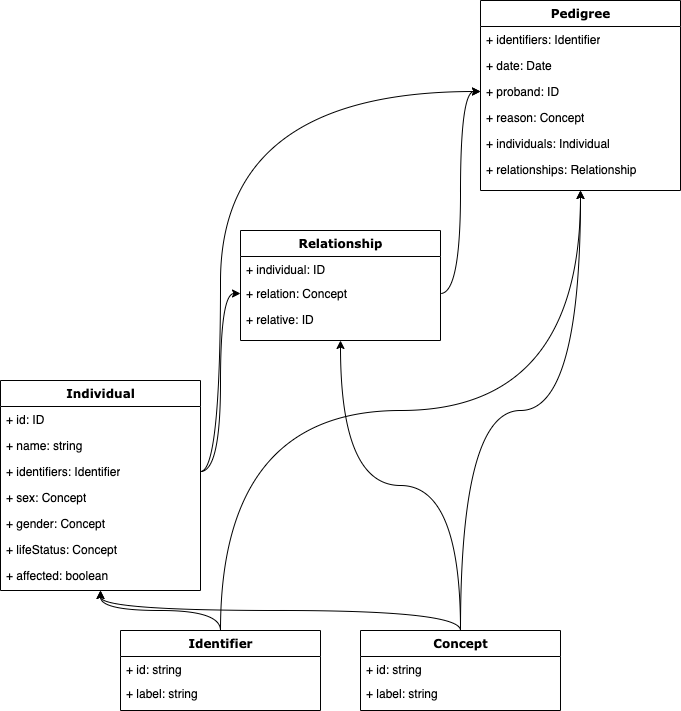
Earlier version of the draw.io export docs/source/images/classes.png (ga4gh/pedigree). Source tidied: cells renumbered, new cells last; positions are measured from the earlier drawing's top-left corner, leaving out a move shared by most shapes.
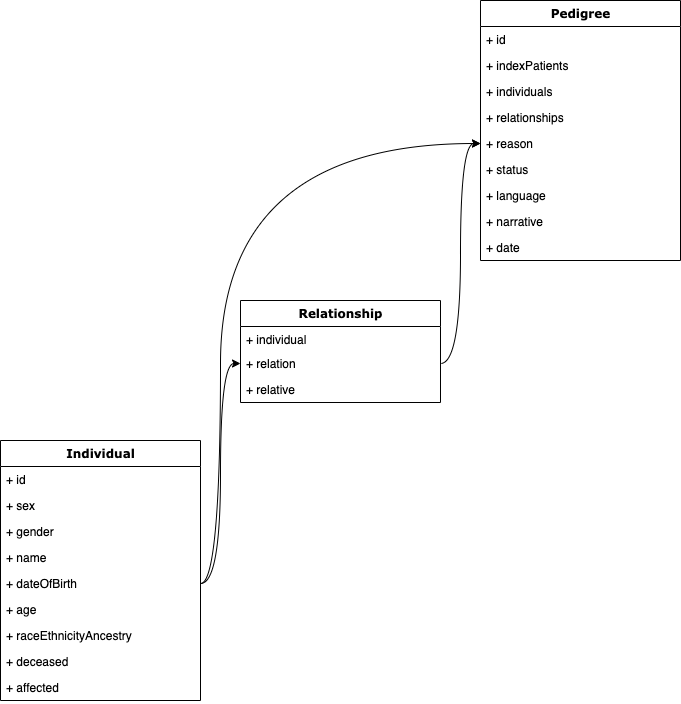
After the commit.

Commit message:
:memo: update classes section

The edit, as a diff of the source:
```diff
@@ -3,112 +3,90 @@
     <mxCell id="0" />
     <mxCell id="1" parent="0" />
     <mxCell id="2" value="Individual" style="swimlane;html=1;fontStyle=1;align=center;verticalAlign=top;horizontal=1;startSize=26;swimlaneFillColor=#ffffff;rounded=0;shadow=0;comic=0;labelBackgroundColor=none;strokeWidth=1;fillColor=none;fontFamily=Verdana;fontSize=12;" parent="1" vertex="1">
-      <mxGeometry y="380" width="200" height="210" as="geometry" />
+      <mxGeometry y="380" width="200" height="260" as="geometry" />
     </mxCell>
-    <mxCell id="3" value="+ id: ID" style="text;html=1;strokeColor=none;fillColor=none;align=left;verticalAlign=top;spacingLeft=4;spacingRight=4;whiteSpace=wrap;overflow=hidden;" parent="2" vertex="1">
+    <mxCell id="3" value="+ id" style="text;html=1;strokeColor=none;fillColor=none;align=left;verticalAlign=top;spacingLeft=4;spacingRight=4;whiteSpace=wrap;overflow=hidden;" parent="2" vertex="1">
       <mxGeometry y="26" width="200" height="26" as="geometry" />
     </mxCell>
-    <mxCell id="4" value="+ name: string" style="text;html=1;strokeColor=none;fillColor=none;align=left;verticalAlign=top;spacingLeft=4;spacingRight=4;whiteSpace=wrap;overflow=hidden;" parent="2" vertex="1">
+    <mxCell id="4" value="+ sex" style="text;html=1;strokeColor=none;fillColor=none;align=left;verticalAlign=top;spacingLeft=4;spacingRight=4;whiteSpace=wrap;overflow=hidden;" parent="2" vertex="1">
       <mxGeometry y="52" width="200" height="26" as="geometry" />
     </mxCell>
-    <mxCell id="5" value="+ identifiers: Identifier" style="text;html=1;strokeColor=none;fillColor=none;align=left;verticalAlign=top;spacingLeft=4;spacingRight=4;whiteSpace=wrap;overflow=hidden;points=[[0,0.5],[1,0.5]];portConstraint=eastwest;" parent="2" vertex="1">
+    <mxCell id="5" value="+ gender" style="text;html=1;strokeColor=none;fillColor=none;align=left;verticalAlign=top;spacingLeft=4;spacingRight=4;whiteSpace=wrap;overflow=hidden;points=[[0,0.5],[1,0.5]];portConstraint=eastwest;" parent="2" vertex="1">
       <mxGeometry y="78" width="200" height="26" as="geometry" />
     </mxCell>
-    <mxCell id="6" value="+ sex: Concept" style="text;html=1;strokeColor=none;fillColor=none;align=left;verticalAlign=top;spacingLeft=4;spacingRight=4;whiteSpace=wrap;overflow=hidden;" parent="2" vertex="1">
+    <mxCell id="6" value="+ name" style="text;html=1;strokeColor=none;fillColor=none;align=left;verticalAlign=top;spacingLeft=4;spacingRight=4;whiteSpace=wrap;overflow=hidden;" parent="2" vertex="1">
       <mxGeometry y="104" width="200" height="26" as="geometry" />
     </mxCell>
-    <mxCell id="7" value="+ gender: Concept" style="text;html=1;strokeColor=none;fillColor=none;align=left;verticalAlign=top;spacingLeft=4;spacingRight=4;whiteSpace=wrap;overflow=hidden;points=[[0,0.5],[1,0.5]];portConstraint=eastwest;" parent="2" vertex="1">
+    <mxCell id="7" value="+ dateOfBirth" style="text;html=1;strokeColor=none;fillColor=none;align=left;verticalAlign=top;spacingLeft=4;spacingRight=4;whiteSpace=wrap;overflow=hidden;points=[[0,0.5],[1,0.5]];portConstraint=eastwest;" parent="2" vertex="1">
       <mxGeometry y="130" width="200" height="26" as="geometry" />
     </mxCell>
-    <mxCell id="8" value="+ lifeStatus: Concept" style="text;html=1;strokeColor=none;fillColor=none;align=left;verticalAlign=top;spacingLeft=4;spacingRight=4;whiteSpace=wrap;overflow=hidden;" parent="2" vertex="1">
+    <mxCell id="8" value="+ age" style="text;html=1;strokeColor=none;fillColor=none;align=left;verticalAlign=top;spacingLeft=4;spacingRight=4;whiteSpace=wrap;overflow=hidden;" parent="2" vertex="1">
       <mxGeometry y="156" width="200" height="26" as="geometry" />
     </mxCell>
-    <mxCell id="9" value="+ affected: boolean" style="text;html=1;strokeColor=none;fillColor=none;align=left;verticalAlign=top;spacingLeft=4;spacingRight=4;whiteSpace=wrap;overflow=hidden;" parent="2" vertex="1">
+    <mxCell id="9" value="+ raceEthnicityAncestry" style="text;html=1;strokeColor=none;fillColor=none;align=left;verticalAlign=top;spacingLeft=4;spacingRight=4;whiteSpace=wrap;overflow=hidden;" parent="2" vertex="1">
       <mxGeometry y="182" width="200" height="26" as="geometry" />
     </mxCell>
-    <mxCell id="10" value="Relationship" style="swimlane;html=1;fontStyle=1;align=center;verticalAlign=top;horizontal=1;startSize=26;swimlaneFillColor=#ffffff;rounded=0;shadow=0;comic=0;labelBackgroundColor=none;strokeWidth=1;fillColor=none;fontFamily=Verdana;fontSize=12;" parent="1" vertex="1">
-      <mxGeometry x="240" y="230" width="200" height="110" as="geometry" />
+    <mxCell id="10" value="+ deceased" style="text;html=1;strokeColor=none;fillColor=none;align=left;verticalAlign=top;spacingLeft=4;spacingRight=4;whiteSpace=wrap;overflow=hidden;points=[[0,0.5],[1,0.5]];portConstraint=eastwest;" parent="2" vertex="1">
+      <mxGeometry y="208" width="200" height="26" as="geometry" />
     </mxCell>
-    <mxCell id="11" value="+ individual: ID" style="text;html=1;strokeColor=none;fillColor=none;align=left;verticalAlign=top;spacingLeft=4;spacingRight=4;whiteSpace=wrap;overflow=hidden;" parent="10" vertex="1">
-      <mxGeometry y="26" width="200" height="24" as="geometry" />
+    <mxCell id="11" value="+ affected" style="text;html=1;strokeColor=none;fillColor=none;align=left;verticalAlign=top;spacingLeft=4;spacingRight=4;whiteSpace=wrap;overflow=hidden;" parent="2" vertex="1">
+      <mxGeometry y="234" width="200" height="26" as="geometry" />
     </mxCell>
-    <mxCell id="12" value="+ relation: Concept" style="text;html=1;strokeColor=none;fillColor=none;align=left;verticalAlign=top;spacingLeft=4;spacingRight=4;whiteSpace=wrap;overflow=hidden;points=[[0,0.5],[1,0.5]];portConstraint=eastwest;" parent="10" vertex="1">
-      <mxGeometry y="50" width="200" height="26" as="geometry" />
+    <mxCell id="12" value="Relationship" style="swimlane;html=1;fontStyle=1;align=center;verticalAlign=top;horizontal=1;startSize=26;swimlaneFillColor=#ffffff;rounded=0;shadow=0;comic=0;labelBackgroundColor=none;strokeWidth=1;fillColor=none;fontFamily=Verdana;fontSize=12;" parent="1" vertex="1">
+      <mxGeometry x="240" y="240" width="200" height="102" as="geometry" />
     </mxCell>
-    <mxCell id="13" value="+ relative: ID" style="text;html=1;strokeColor=none;fillColor=none;align=left;verticalAlign=top;spacingLeft=4;spacingRight=4;whiteSpace=wrap;overflow=hidden;" parent="10" vertex="1">
-      <mxGeometry y="76" width="200" height="26" as="geometry" />
+    <mxCell id="13" value="+ individual" style="text;html=1;strokeColor=none;fillColor=none;align=left;verticalAlign=top;spacingLeft=4;spacingRight=4;whiteSpace=wrap;overflow=hidden;" parent="12" vertex="1">
+      <mxGeometry y="26" width="200" height="24" as="geometry" />
     </mxCell>
-    <mxCell id="14" value="Pedigree" style="swimlane;html=1;fontStyle=1;align=center;verticalAlign=top;horizontal=1;startSize=26;swimlaneFillColor=#ffffff;rounded=0;shadow=0;comic=0;labelBackgroundColor=none;strokeWidth=1;fillColor=none;fontFamily=Verdana;fontSize=12;" parent="1" vertex="1">
-      <mxGeometry x="480" width="200" height="190" as="geometry" />
+    <mxCell id="14" value="+ relation" style="text;html=1;strokeColor=none;fillColor=none;align=left;verticalAlign=top;spacingLeft=4;spacingRight=4;whiteSpace=wrap;overflow=hidden;points=[[0,0.5],[1,0.5]];portConstraint=eastwest;" parent="12" vertex="1">
+      <mxGeometry y="50" width="200" height="26" as="geometry" />
     </mxCell>
-    <mxCell id="15" value="+ identifiers: Identifier" style="text;html=1;strokeColor=none;fillColor=none;align=left;verticalAlign=top;spacingLeft=4;spacingRight=4;whiteSpace=wrap;overflow=hidden;" parent="14" vertex="1">
-      <mxGeometry y="26" width="200" height="26" as="geometry" />
+    <mxCell id="15" value="+ relative" style="text;html=1;strokeColor=none;fillColor=none;align=left;verticalAlign=top;spacingLeft=4;spacingRight=4;whiteSpace=wrap;overflow=hidden;" parent="12" vertex="1">
+      <mxGeometry y="76" width="200" height="26" as="geometry" />
     </mxCell>
-    <mxCell id="16" value="+ date: Date" style="text;html=1;strokeColor=none;fillColor=none;align=left;verticalAlign=top;spacingLeft=4;spacingRight=4;whiteSpace=wrap;overflow=hidden;" parent="14" vertex="1">
-      <mxGeometry y="52" width="200" height="26" as="geometry" />
+    <mxCell id="16" value="Pedigree" style="swimlane;html=1;fontStyle=1;align=center;verticalAlign=top;horizontal=1;startSize=26;swimlaneFillColor=#ffffff;rounded=0;shadow=0;comic=0;labelBackgroundColor=none;strokeWidth=1;fillColor=none;fontFamily=Verdana;fontSize=12;" parent="1" vertex="1">
+      <mxGeometry x="480" y="-60" width="200" height="260" as="geometry" />
     </mxCell>
-    <mxCell id="17" value="+ proband: ID" style="text;html=1;strokeColor=none;fillColor=none;align=left;verticalAlign=top;spacingLeft=4;spacingRight=4;whiteSpace=wrap;overflow=hidden;points=[[0,0.5],[1,0.5]];portConstraint=eastwest;" parent="14" vertex="1">
-      <mxGeometry y="78" width="200" height="26" as="geometry" />
+    <mxCell id="17" value="+ id" style="text;html=1;strokeColor=none;fillColor=none;align=left;verticalAlign=top;spacingLeft=4;spacingRight=4;whiteSpace=wrap;overflow=hidden;points=[[0,0.5],[1,0.5]];portConstraint=eastwest;" parent="16" vertex="1">
+      <mxGeometry y="26" width="200" height="26" as="geometry" />
     </mxCell>
-    <mxCell id="18" value="+ reason: Concept" style="text;html=1;strokeColor=none;fillColor=none;align=left;verticalAlign=top;spacingLeft=4;spacingRight=4;whiteSpace=wrap;overflow=hidden;" parent="14" vertex="1">
-      <mxGeometry y="104" width="200" height="26" as="geometry" />
+    <mxCell id="18" value="+ indexPatients" style="text;html=1;strokeColor=none;fillColor=none;align=left;verticalAlign=top;spacingLeft=4;spacingRight=4;whiteSpace=wrap;overflow=hidden;" parent="16" vertex="1">
+      <mxGeometry y="52" width="200" height="26" as="geometry" />
     </mxCell>
-    <mxCell id="19" value="+ individuals: Individual" style="text;html=1;strokeColor=none;fillColor=none;align=left;verticalAlign=top;spacingLeft=4;spacingRight=4;whiteSpace=wrap;overflow=hidden;" parent="14" vertex="1">
-      <mxGeometry y="130" width="200" height="26" as="geometry" />
+    <mxCell id="19" value="+ individuals" style="text;html=1;strokeColor=none;fillColor=none;align=left;verticalAlign=top;spacingLeft=4;spacingRight=4;whiteSpace=wrap;overflow=hidden;" parent="16" vertex="1">
+      <mxGeometry y="78" width="200" height="26" as="geometry" />
     </mxCell>
-    <mxCell id="20" value="+ relationships: Relationship" style="text;html=1;strokeColor=none;fillColor=none;align=left;verticalAlign=top;spacingLeft=4;spacingRight=4;whiteSpace=wrap;overflow=hidden;" parent="14" vertex="1">
-      <mxGeometry y="156" width="200" height="26" as="geometry" />
+    <mxCell id="20" value="+ relationships" style="text;html=1;strokeColor=none;fillColor=none;align=left;verticalAlign=top;spacingLeft=4;spacingRight=4;whiteSpace=wrap;overflow=hidden;" parent="16" vertex="1">
+      <mxGeometry y="104" width="200" height="26" as="geometry" />
     </mxCell>
-    <mxCell id="21" style="edgeStyle=orthogonalEdgeStyle;curved=1;rounded=0;jettySize=auto;html=1;exitX=0.5;exitY=0;exitDx=0;exitDy=0;entryX=0.5;entryY=1;entryDx=0;entryDy=0;fontFamily=Courier New;" parent="1" edge="1" source="23" target="2">
-      <mxGeometry relative="1" as="geometry" />
+    <mxCell id="21" value="+ reason" style="text;html=1;strokeColor=none;fillColor=none;align=left;verticalAlign=top;spacingLeft=4;spacingRight=4;whiteSpace=wrap;overflow=hidden;points=[[0,0.5],[1,0.5]];portConstraint=eastwest;" parent="16" vertex="1">
+      <mxGeometry y="130" width="200" height="26" as="geometry" />
     </mxCell>
-    <mxCell id="22" style="edgeStyle=orthogonalEdgeStyle;curved=1;rounded=0;jettySize=auto;html=1;exitX=0.5;exitY=0;exitDx=0;exitDy=0;fontFamily=Courier New;" parent="1" edge="1" source="23">
-      <mxGeometry relative="1" as="geometry">
-        <mxPoint x="580" y="190" as="targetPoint" />
-      </mxGeometry>
+    <mxCell id="22" value="+ status" style="text;html=1;strokeColor=none;fillColor=none;align=left;verticalAlign=top;spacingLeft=4;spacingRight=4;whiteSpace=wrap;overflow=hidden;" parent="16" vertex="1">
+      <mxGeometry y="156" width="200" height="26" as="geometry" />
     </mxCell>
-    <mxCell id="23" value="Identifier" style="swimlane;html=1;fontStyle=1;align=center;verticalAlign=top;horizontal=1;startSize=26;swimlaneFillColor=#ffffff;rounded=0;shadow=0;comic=0;labelBackgroundColor=none;strokeWidth=1;fillColor=none;fontFamily=Verdana;fontSize=12;" parent="1" vertex="1">
-      <mxGeometry x="120" y="630" width="200" height="80" as="geometry" />
+    <mxCell id="23" value="+ language" style="text;html=1;strokeColor=none;fillColor=none;align=left;verticalAlign=top;spacingLeft=4;spacingRight=4;whiteSpace=wrap;overflow=hidden;points=[[0,0.5],[1,0.5]];portConstraint=eastwest;" parent="16" vertex="1">
+      <mxGeometry y="182" width="200" height="26" as="geometry" />
     </mxCell>
-    <mxCell id="24" value="+ id: string" style="text;html=1;strokeColor=none;fillColor=none;align=left;verticalAlign=top;spacingLeft=4;spacingRight=4;whiteSpace=wrap;overflow=hidden;" parent="23" vertex="1">
-      <mxGeometry y="26" width="200" height="24" as="geometry" />
+    <mxCell id="24" value="+ narrative" style="text;html=1;strokeColor=none;fillColor=none;align=left;verticalAlign=top;spacingLeft=4;spacingRight=4;whiteSpace=wrap;overflow=hidden;" parent="16" vertex="1">
+      <mxGeometry y="208" width="200" height="26" as="geometry" />
     </mxCell>
-    <mxCell id="25" value="+ label: string" style="text;html=1;strokeColor=none;fillColor=none;align=left;verticalAlign=top;spacingLeft=4;spacingRight=4;whiteSpace=wrap;overflow=hidden;" parent="23" vertex="1">
-      <mxGeometry y="50" width="200" height="26" as="geometry" />
+    <mxCell id="25" value="+ date" style="text;html=1;strokeColor=none;fillColor=none;align=left;verticalAlign=top;spacingLeft=4;spacingRight=4;whiteSpace=wrap;overflow=hidden;" parent="16" vertex="1">
+      <mxGeometry y="234" width="200" height="26" as="geometry" />
     </mxCell>
-    <mxCell id="26" style="edgeStyle=orthogonalEdgeStyle;curved=1;rounded=0;jettySize=auto;html=1;exitX=0.5;exitY=0;exitDx=0;exitDy=0;fontFamily=Courier New;" parent="1" edge="1" source="29">
-      <mxGeometry relative="1" as="geometry">
-        <mxPoint x="100" y="590" as="targetPoint" />
-      </mxGeometry>
+    <mxCell id="26" style="edgeStyle=orthogonalEdgeStyle;curved=1;rounded=0;jettySize=auto;html=1;exitX=1;exitY=0.5;exitDx=0;exitDy=0;entryX=0;entryY=0.5;entryDx=0;entryDy=0;" parent="1" edge="1" source="7" target="14">
+      <mxGeometry relative="1" as="geometry" />
     </mxCell>
-    <mxCell id="27" style="edgeStyle=orthogonalEdgeStyle;curved=1;rounded=0;jettySize=auto;html=1;exitX=0.5;exitY=0;exitDx=0;exitDy=0;entryX=0.5;entryY=1;entryDx=0;entryDy=0;fontFamily=Courier New;" parent="1" edge="1" source="29" target="10">
+    <mxCell id="27" style="edgeStyle=orthogonalEdgeStyle;curved=1;rounded=0;jettySize=auto;html=1;exitX=1;exitY=0.5;exitDx=0;exitDy=0;entryX=0;entryY=0.5;entryDx=0;entryDy=0;" parent="1" edge="1" source="14" target="21">
       <mxGeometry relative="1" as="geometry" />
     </mxCell>
-    <mxCell id="28" style="edgeStyle=orthogonalEdgeStyle;curved=1;rounded=0;jettySize=auto;html=1;exitX=0.5;exitY=0;exitDx=0;exitDy=0;entryX=0.5;entryY=1;entryDx=0;entryDy=0;fontFamily=Courier New;" parent="1" edge="1" source="29" target="14">
-      <mxGeometry relative="1" as="geometry" />
+    <mxCell id="28" style="edgeStyle=orthogonalEdgeStyle;curved=1;rounded=0;jettySize=auto;html=1;exitX=1;exitY=0.5;exitDx=0;exitDy=0;entryX=0;entryY=0.5;entryDx=0;entryDy=0;" parent="1" edge="1" source="7" target="21">
+      <mxGeometry relative="1" as="geometry">
+        <Array as="points">
+          <mxPoint x="220" y="523" />
+          <mxPoint x="220" y="83" />
+        </Array>
+      </mxGeometry>
     </mxCell>
-    <mxCell id="29" value="Concept" style="swimlane;html=1;fontStyle=1;align=center;verticalAlign=top;horizontal=1;startSize=26;swimlaneFillColor=#ffffff;rounded=0;shadow=0;comic=0;labelBackgroundColor=none;strokeWidth=1;fillColor=none;fontFamily=Verdana;fontSize=12;" parent="1" vertex="1">
-      <mxGeometry x="360" y="630" width="200" height="80" as="geometry" />
-    </mxCell>
-    <mxCell id="30" value="+ id: string" style="text;html=1;strokeColor=none;fillColor=none;align=left;verticalAlign=top;spacingLeft=4;spacingRight=4;whiteSpace=wrap;overflow=hidden;" parent="29" vertex="1">
-      <mxGeometry y="26" width="200" height="24" as="geometry" />
-    </mxCell>
-    <mxCell id="31" value="+ label: string" style="text;html=1;strokeColor=none;fillColor=none;align=left;verticalAlign=top;spacingLeft=4;spacingRight=4;whiteSpace=wrap;overflow=hidden;" parent="29" vertex="1">
-      <mxGeometry y="50" width="200" height="26" as="geometry" />
-    </mxCell>
-    <mxCell id="32" style="edgeStyle=orthogonalEdgeStyle;curved=1;rounded=0;jettySize=auto;html=1;exitX=1;exitY=0.5;exitDx=0;exitDy=0;entryX=0;entryY=0.5;entryDx=0;entryDy=0;fontFamily=Courier New;" parent="1" edge="1" source="5" target="12">
-      <mxGeometry relative="1" as="geometry" />
-    </mxCell>
-    <mxCell id="33" style="edgeStyle=orthogonalEdgeStyle;curved=1;rounded=0;jettySize=auto;html=1;exitX=1;exitY=0.5;exitDx=0;exitDy=0;entryX=0;entryY=0.5;entryDx=0;entryDy=0;fontFamily=Courier New;" parent="1" edge="1" source="12" target="17">
-      <mxGeometry relative="1" as="geometry" />
-    </mxCell>
-    <mxCell id="34" style="edgeStyle=orthogonalEdgeStyle;curved=1;rounded=0;jettySize=auto;html=1;exitX=1;exitY=0.5;exitDx=0;exitDy=0;entryX=0;entryY=0.5;entryDx=0;entryDy=0;fontFamily=Courier New;" parent="1" edge="1" source="5" target="17">
-      <mxGeometry relative="1" as="geometry">
-        <Array as="points">
-          <mxPoint x="220" y="471" />
-          <mxPoint x="220" y="91" />
-        </Array>
-      </mxGeometry>
-    </mxCell>
   </root>
 </mxGraphModel>
```
